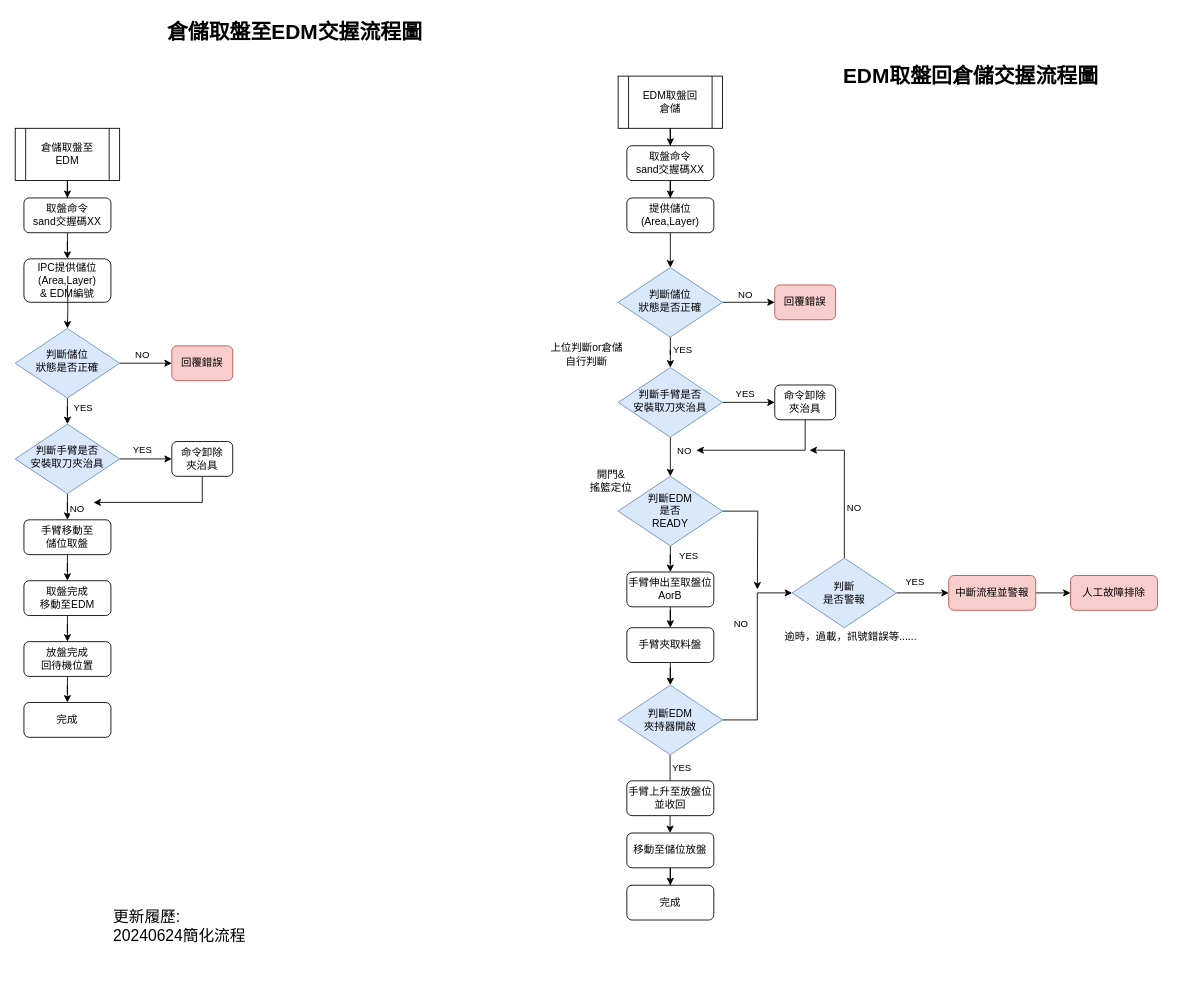
The draw.io diagram page "自動取放盤" (3 of 6) of 上位系統交握流程.drawio in ChiangRyan/process-diagram, before the edit. Source tidied: cells renumbered, new cells numbered last; positions are measured from the earlier drawing's top-left corner, leaving out a move shared by most shapes. Both pictures are drawn from the tidied source at 87%, with x=0, y=0 at pixel (15, 15).
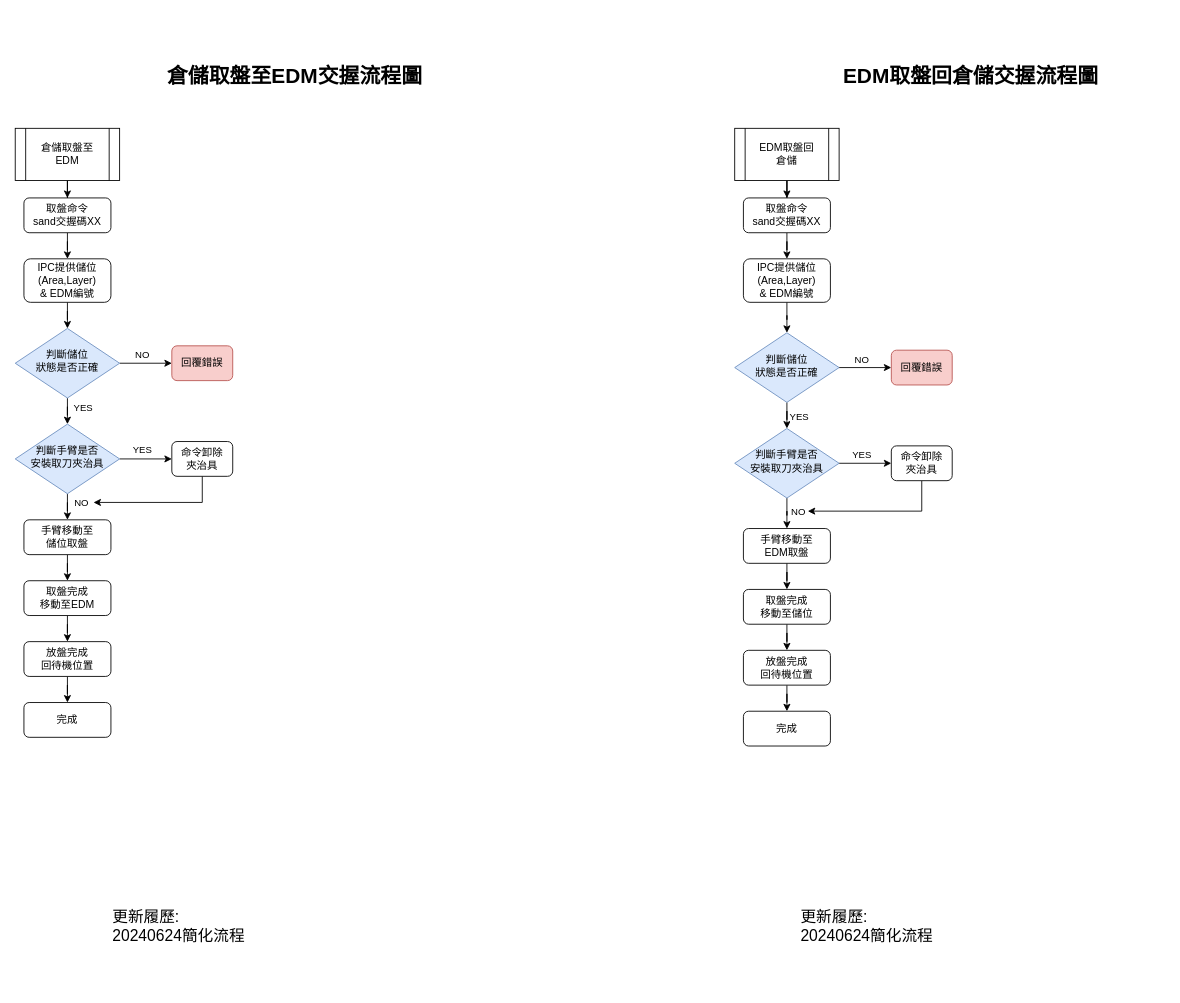
The same page after the edit.

Commit message (it also covers changes not shown here):
更新上位系統交握流程.drawio

The change refers to these unchanged cells:
```xml
<mxCell id="2" value="IPC提供儲位(Area,Layer)&lt;div&gt;&amp;amp; EDM編號&lt;br&gt;&lt;/div&gt;" style="rounded=1;whiteSpace=wrap;html=1;fontSize=12;glass=0;strokeWidth=1;shadow=0;" parent="1" vertex="1">
  <mxGeometry x="10" y="280" width="100" height="50" as="geometry" />
</mxCell>
<mxCell id="10" style="edgeStyle=orthogonalEdgeStyle;rounded=0;jettySize=auto;html=1;entryX=0.5;entryY=0;entryDx=0;entryDy=0;" parent="1" edge="1" source="12" target="8">
  <mxGeometry relative="1" as="geometry" />
</mxCell>
<mxCell id="56" value="判斷儲位&lt;div&gt;狀態是否正確&lt;/div&gt;" style="rhombus;whiteSpace=wrap;html=1;shadow=0;fontFamily=Helvetica;fontSize=12;align=center;strokeWidth=1;spacing=6;spacingTop=-4;fillColor=#dae8fc;strokeColor=#6c8ebf;" parent="1" vertex="1">
  <mxGeometry y="360" width="120" height="80" as="geometry" />
</mxCell>
```

Change to the diagram source:
```diff
@@
+    <mxCell id="76" style="edgeStyle=orthogonalEdgeStyle;rounded=0;jettySize=auto;html=1;entryX=0.5;entryY=0;entryDx=0;entryDy=0;" parent="1" edge="1" source="2" target="56">
+      <mxGeometry relative="1" as="geometry" />
+    </mxCell>
@@
     <mxCell id="11" value="NO" style="edgeLabel;html=1;align=center;verticalAlign=middle;" parent="10" vertex="1">
       <mxGeometry x="-0.47" relative="1" as="geometry">
-        <mxPoint x="10" y="3" as="offset" />
+        <mxPoint x="15" y="-3" as="offset" />
       </mxGeometry>
     </mxCell>
@@
-    <mxCell id="18" style="edgeStyle=orthogonalEdgeStyle;rounded=0;jettySize=auto;html=1;entryX=0.5;entryY=0;entryDx=0;entryDy=0;" parent="1" edge="1" source="19" target="62">
-      <mxGeometry relative="1" as="geometry" />
-    </mxCell>
-    <mxCell id="19" value="提供儲位(Area,Layer)" style="rounded=1;whiteSpace=wrap;html=1;fontSize=12;glass=0;strokeWidth=1;shadow=0;" parent="1" vertex="1">
-      <mxGeometry x="703" y="210" width="100" height="40" as="geometry" />
-    </mxCell>
-    <mxCell id="20" style="edgeStyle=orthogonalEdgeStyle;rounded=0;jettySize=auto;html=1;entryX=0.5;entryY=0;entryDx=0;entryDy=0;" parent="1" edge="1" source="23" target="36">
-      <mxGeometry relative="1" as="geometry" />
-    </mxCell>
-    <mxCell id="21" value="YES" style="edgeLabel;html=1;align=center;verticalAlign=middle;" parent="20" vertex="1">
-      <mxGeometry x="0.21" y="-2" relative="1" as="geometry">
-        <mxPoint x="22" as="offset" />
-      </mxGeometry>
-    </mxCell>
-    <mxCell id="22" style="edgeStyle=orthogonalEdgeStyle;rounded=0;jettySize=auto;html=1;" parent="1" edge="1" source="23">
-      <mxGeometry relative="1" as="geometry">
-        <mxPoint x="853" y="660" as="targetPoint" />
-      </mxGeometry>
-    </mxCell>
-    <mxCell id="23" value="判斷EDM&lt;div&gt;是否&lt;br&gt;READY&lt;/div&gt;" style="rhombus;whiteSpace=wrap;html=1;fillColor=#dae8fc;strokeColor=#6c8ebf;" parent="1" vertex="1">
-      <mxGeometry x="693" y="530" width="120" height="80" as="geometry" />
-    </mxCell>
@@
     <mxCell id="25" value="EDM取盤回&lt;div&gt;倉儲&lt;/div&gt;" style="shape=process;whiteSpace=wrap;html=1;backgroundOutline=1;" parent="1" vertex="1">
-      <mxGeometry x="693" y="70" width="120" height="60" as="geometry" />
+      <mxGeometry x="827" y="130" width="120" height="60" as="geometry" />
     </mxCell>
-    <mxCell id="26" style="edgeStyle=orthogonalEdgeStyle;rounded=0;jettySize=auto;html=1;entryX=0.5;entryY=0;entryDx=0;entryDy=0;" parent="1" edge="1" source="27" target="19">
-      <mxGeometry relative="1" as="geometry" />
-    </mxCell>
+    <mxCell id="77" style="edgeStyle=orthogonalEdgeStyle;rounded=0;jettySize=auto;html=1;entryX=0.5;entryY=0;entryDx=0;entryDy=0;" parent="1" edge="1" source="27" target="82">
+      <mxGeometry relative="1" as="geometry" />
+    </mxCell>
     <mxCell id="27" value="取盤命令&lt;div&gt;sand交握碼XX&lt;/div&gt;" style="rounded=1;whiteSpace=wrap;html=1;fontSize=12;glass=0;strokeWidth=1;shadow=0;" parent="1" vertex="1">
-      <mxGeometry x="703" y="150" width="100" height="40" as="geometry" />
+      <mxGeometry x="837" y="210" width="100" height="40" as="geometry" />
     </mxCell>
@@
-    <mxCell id="29" style="edgeStyle=orthogonalEdgeStyle;rounded=0;jettySize=auto;html=1;entryX=0.5;entryY=0;entryDx=0;entryDy=0;" parent="1" edge="1" source="31" target="23">
-      <mxGeometry relative="1" as="geometry" />
-    </mxCell>
-    <mxCell id="30" value="NO" style="edgeLabel;html=1;align=center;verticalAlign=middle;" parent="29" vertex="1">
-      <mxGeometry x="-0.15" y="2" relative="1" as="geometry">
-        <mxPoint x="13" y="-4" as="offset" />
-      </mxGeometry>
-    </mxCell>
+    <mxCell id="78" style="edgeStyle=orthogonalEdgeStyle;rounded=0;jettySize=auto;html=1;entryX=0.5;entryY=0;entryDx=0;entryDy=0;" parent="1" edge="1" source="31" target="84">
+      <mxGeometry relative="1" as="geometry" />
+    </mxCell>
+    <mxCell id="79" value="NO" style="edgeLabel;html=1;align=center;verticalAlign=middle;" parent="78" vertex="1">
+      <mxGeometry x="0.07" y="-3" relative="1" as="geometry">
+        <mxPoint x="9" y="-1" as="offset" />
+      </mxGeometry>
+    </mxCell>
     <mxCell id="31" value="判斷手臂是否&lt;div&gt;安裝取刀夾治具&lt;/div&gt;" style="rhombus;whiteSpace=wrap;html=1;shadow=0;fontFamily=Helvetica;fontSize=12;align=center;strokeWidth=1;spacing=6;spacingTop=-4;fillColor=#dae8fc;strokeColor=#6c8ebf;" parent="1" vertex="1">
-      <mxGeometry x="693" y="405" width="120" height="80" as="geometry" />
+      <mxGeometry x="827" y="475" width="120" height="80" as="geometry" />
     </mxCell>
-    <mxCell id="32" style="edgeStyle=orthogonalEdgeStyle;rounded=0;jettySize=auto;html=1;exitX=0.5;exitY=1;exitDx=0;exitDy=0;" parent="1" edge="1" source="33">
-      <mxGeometry relative="1" as="geometry">
-        <mxPoint x="783" y="500" as="targetPoint" />
-        <Array as="points">
-          <mxPoint x="908" y="500" />
-          <mxPoint x="783" y="500" />
-        </Array>
-      </mxGeometry>
-    </mxCell>
+    <mxCell id="80" style="edgeStyle=orthogonalEdgeStyle;rounded=0;jettySize=auto;html=1;" parent="1" edge="1" source="33">
+      <mxGeometry relative="1" as="geometry">
+        <mxPoint x="911" y="570" as="targetPoint" />
+        <Array as="points">
+          <mxPoint x="1042" y="570" />
+        </Array>
+      </mxGeometry>
+    </mxCell>
     <mxCell id="33" value="命令卸除&lt;div&gt;夾治具&lt;/div&gt;" style="rounded=1;whiteSpace=wrap;html=1;fontSize=12;glass=0;strokeWidth=1;shadow=0;" parent="1" vertex="1">
-      <mxGeometry x="873" y="425" width="70" height="40" as="geometry" />
+      <mxGeometry x="1007" y="495" width="70" height="40" as="geometry" />
     </mxCell>
-    <mxCell id="34" value="上位判斷or倉儲自行判斷" style="text;html=1;align=center;verticalAlign=middle;whiteSpace=wrap;rounded=0;" parent="1" vertex="1">
-      <mxGeometry x="611" y="375" width="92" height="30" as="geometry" />
-    </mxCell>
-    <mxCell id="35" style="edgeStyle=orthogonalEdgeStyle;rounded=0;jettySize=auto;html=1;entryX=0.5;entryY=0;entryDx=0;entryDy=0;" parent="1" edge="1" source="36" target="69">
-      <mxGeometry relative="1" as="geometry" />
-    </mxCell>
-    <mxCell id="36" value="手臂伸出至取盤位AorB" style="rounded=1;whiteSpace=wrap;html=1;fontSize=12;glass=0;strokeWidth=1;shadow=0;" parent="1" vertex="1">
-      <mxGeometry x="703" y="640" width="100" height="40" as="geometry" />
-    </mxCell>
-    <mxCell id="37" style="edgeStyle=orthogonalEdgeStyle;rounded=0;jettySize=auto;html=1;entryX=0;entryY=0.5;entryDx=0;entryDy=0;" parent="1" edge="1" source="38" target="50">
-      <mxGeometry relative="1" as="geometry" />
-    </mxCell>
-    <mxCell id="38" value="中斷流程並警報" style="rounded=1;whiteSpace=wrap;html=1;fontSize=12;glass=0;strokeWidth=1;shadow=0;fillColor=#f8cecc;strokeColor=#b85450;" parent="1" vertex="1">
-      <mxGeometry x="1073" y="644" width="100" height="40" as="geometry" />
-    </mxCell>
-    <mxCell id="39" value="逾時，過載，訊號錯誤等......" style="text;html=1;align=center;verticalAlign=middle;whiteSpace=wrap;rounded=0;" parent="1" vertex="1">
-      <mxGeometry x="873" y="690" width="175" height="50" as="geometry" />
-    </mxCell>
-    <mxCell id="40" style="edgeStyle=orthogonalEdgeStyle;rounded=0;jettySize=auto;html=1;entryX=0;entryY=0.5;entryDx=0;entryDy=0;" parent="1" edge="1" source="44" target="49">
-      <mxGeometry relative="1" as="geometry" />
-    </mxCell>
-    <mxCell id="41" value="NO" style="edgeLabel;html=1;align=center;verticalAlign=middle;" parent="40" vertex="1">
-      <mxGeometry x="-0.16" y="2" relative="1" as="geometry">
-        <mxPoint x="-18" y="-56" as="offset" />
-      </mxGeometry>
-    </mxCell>
-    <mxCell id="42" style="edgeStyle=orthogonalEdgeStyle;rounded=0;orthogonalLoop=1;jettySize=auto;html=1;entryX=0.5;entryY=0;entryDx=0;entryDy=0;exitX=0.5;exitY=1;exitDx=0;exitDy=0;" parent="1" edge="1">
-      <mxGeometry relative="1" as="geometry">
-        <mxPoint x="752.7" y="850" as="sourcePoint" />
-        <mxPoint x="752.7" y="940" as="targetPoint" />
-      </mxGeometry>
-    </mxCell>
-    <mxCell id="43" value="YES" style="edgeLabel;html=1;align=center;verticalAlign=middle;" parent="42" vertex="1">
-      <mxGeometry x="-0.7" y="-1" relative="1" as="geometry">
-        <mxPoint x="14" as="offset" />
-      </mxGeometry>
-    </mxCell>
-    <mxCell id="44" value="判斷EDM&lt;div&gt;夾持器開啟&lt;/div&gt;" style="rhombus;whiteSpace=wrap;html=1;fillColor=#dae8fc;strokeColor=#6c8ebf;" parent="1" vertex="1">
-      <mxGeometry x="693" y="770" width="120" height="80" as="geometry" />
-    </mxCell>
-    <mxCell id="45" style="edgeStyle=orthogonalEdgeStyle;rounded=0;jettySize=auto;html=1;entryX=0;entryY=0.5;entryDx=0;entryDy=0;" parent="1" edge="1" source="49" target="38">
-      <mxGeometry relative="1" as="geometry" />
-    </mxCell>
-    <mxCell id="46" value="YES" style="edgeLabel;html=1;align=center;verticalAlign=middle;" parent="45" vertex="1">
-      <mxGeometry x="-0.33" y="2" relative="1" as="geometry">
-        <mxPoint y="-12" as="offset" />
-      </mxGeometry>
-    </mxCell>
-    <mxCell id="47" style="edgeStyle=orthogonalEdgeStyle;rounded=0;orthogonalLoop=1;jettySize=auto;html=1;" parent="1" edge="1">
-      <mxGeometry relative="1" as="geometry">
-        <mxPoint x="953" y="624" as="sourcePoint" />
-        <mxPoint x="913" y="500" as="targetPoint" />
-        <Array as="points">
-          <mxPoint x="953" y="500" />
-        </Array>
-      </mxGeometry>
-    </mxCell>
-    <mxCell id="48" value="NO" style="edgeLabel;html=1;align=center;verticalAlign=middle;" parent="47" vertex="1">
-      <mxGeometry x="0.06" y="2" relative="1" as="geometry">
-        <mxPoint x="12" y="28" as="offset" />
-      </mxGeometry>
-    </mxCell>
-    <mxCell id="49" value="判斷&lt;div&gt;是否警報&lt;/div&gt;" style="rhombus;whiteSpace=wrap;html=1;fillColor=#dae8fc;strokeColor=#6c8ebf;" parent="1" vertex="1">
-      <mxGeometry x="893" y="624" width="120" height="80" as="geometry" />
-    </mxCell>
-    <mxCell id="50" value="人工故障排除" style="rounded=1;whiteSpace=wrap;html=1;fontSize=12;glass=0;strokeWidth=1;shadow=0;fillColor=#f8cecc;strokeColor=#b85450;" parent="1" vertex="1">
-      <mxGeometry x="1213" y="644" width="100" height="40" as="geometry" />
-    </mxCell>
-    <mxCell id="51" style="edgeStyle=orthogonalEdgeStyle;rounded=0;jettySize=auto;html=1;entryX=0.5;entryY=0;entryDx=0;entryDy=0;" parent="1" edge="1" target="56">
-      <mxGeometry relative="1" as="geometry">
-        <mxPoint x="60" y="310" as="sourcePoint" />
-      </mxGeometry>
-    </mxCell>
@@
     <mxCell id="62" value="判斷儲位&lt;div&gt;狀態是否正確&lt;/div&gt;" style="rhombus;whiteSpace=wrap;html=1;shadow=0;fontFamily=Helvetica;fontSize=12;align=center;strokeWidth=1;spacing=6;spacingTop=-4;fillColor=#dae8fc;strokeColor=#6c8ebf;" parent="1" vertex="1">
-      <mxGeometry x="693" y="290" width="120" height="80" as="geometry" />
+      <mxGeometry x="827" y="365" width="120" height="80" as="geometry" />
     </mxCell>
     <mxCell id="63" value="回覆錯誤" style="rounded=1;whiteSpace=wrap;html=1;fontSize=12;glass=0;strokeWidth=1;shadow=0;fillColor=#f8cecc;strokeColor=#b85450;" parent="1" vertex="1">
-      <mxGeometry x="873" y="310" width="70" height="40" as="geometry" />
+      <mxGeometry x="1007" y="385" width="70" height="40" as="geometry" />
     </mxCell>
-    <mxCell id="64" value="開門&amp;amp;&lt;div&gt;&lt;span style=&quot;background-color: initial;&quot;&gt;搖籃定位&lt;/span&gt;&lt;/div&gt;" style="text;html=1;align=center;verticalAlign=middle;whiteSpace=wrap;rounded=0;" parent="1" vertex="1">
-      <mxGeometry x="655" y="520" width="60" height="30" as="geometry" />
-    </mxCell>
@@
-    <mxCell id="66" value="移動至儲位放盤" style="rounded=1;whiteSpace=wrap;html=1;fontSize=12;glass=0;strokeWidth=1;shadow=0;" parent="1" vertex="1">
-      <mxGeometry x="703" y="940" width="100" height="40" as="geometry" />
+    <mxCell id="66" value="放盤完成&lt;div&gt;回待機位置&lt;/div&gt;" style="rounded=1;whiteSpace=wrap;html=1;fontSize=12;glass=0;strokeWidth=1;shadow=0;" parent="1" vertex="1">
+      <mxGeometry x="837" y="730" width="100" height="40" as="geometry" />
     </mxCell>
     <mxCell id="67" value="完成" style="rounded=1;whiteSpace=wrap;html=1;fontSize=12;glass=0;strokeWidth=1;shadow=0;" parent="1" vertex="1">
-      <mxGeometry x="703" y="1000" width="100" height="40" as="geometry" />
+      <mxGeometry x="837" y="800" width="100" height="40" as="geometry" />
     </mxCell>
-    <mxCell id="68" style="edgeStyle=orthogonalEdgeStyle;rounded=0;jettySize=auto;html=1;entryX=0.5;entryY=0;entryDx=0;entryDy=0;" parent="1" edge="1" source="69" target="44">
-      <mxGeometry relative="1" as="geometry" />
-    </mxCell>
-    <mxCell id="69" value="手臂夾取料盤" style="rounded=1;whiteSpace=wrap;html=1;fontSize=12;glass=0;strokeWidth=1;shadow=0;" parent="1" vertex="1">
-      <mxGeometry x="703" y="704" width="100" height="40" as="geometry" />
-    </mxCell>
-    <mxCell id="70" value="手臂上升至放盤位並收回" style="rounded=1;whiteSpace=wrap;html=1;fontSize=12;glass=0;strokeWidth=1;shadow=0;" parent="1" vertex="1">
-      <mxGeometry x="703" y="880" width="100" height="40" as="geometry" />
-    </mxCell>
     <mxCell id="71" value="倉儲取盤至EDM交握流程圖" style="text;strokeColor=none;fillColor=none;html=1;fontSize=24;fontStyle=1;verticalAlign=middle;align=center;" parent="1" vertex="1">
-      <mxGeometry x="271" width="100" height="40" as="geometry" />
+      <mxGeometry x="271" y="50" width="100" height="40" as="geometry" />
     </mxCell>
@@
     <mxCell id="73" value="&lt;font style=&quot;font-size: 18px;&quot;&gt;更新履歷:&lt;/font&gt;&lt;div style=&quot;font-size: 18px;&quot;&gt;20240624簡化流程&lt;/div&gt;" style="text;html=1;align=left;verticalAlign=top;whiteSpace=wrap;rounded=0;labelPosition=center;verticalLabelPosition=middle;" parent="1" vertex="1">
-      <mxGeometry x="111" y="1020" width="420" height="99" as="geometry" />
+      <mxGeometry x="110" y="1020" width="420" height="99" as="geometry" />
     </mxCell>
@@
+    <mxCell id="81" style="edgeStyle=orthogonalEdgeStyle;rounded=0;jettySize=auto;html=1;entryX=0.5;entryY=0;entryDx=0;entryDy=0;" parent="1" edge="1" source="82" target="62">
+      <mxGeometry relative="1" as="geometry" />
+    </mxCell>
+    <mxCell id="82" value="IPC提供儲位(Area,Layer)&lt;div&gt;&amp;amp; EDM編號&lt;br&gt;&lt;/div&gt;" style="rounded=1;whiteSpace=wrap;html=1;fontSize=12;glass=0;strokeWidth=1;shadow=0;" parent="1" vertex="1">
+      <mxGeometry x="837" y="280" width="100" height="50" as="geometry" />
+    </mxCell>
+    <mxCell id="83" style="edgeStyle=orthogonalEdgeStyle;rounded=0;jettySize=auto;html=1;entryX=0.5;entryY=0;entryDx=0;entryDy=0;" parent="1" edge="1" source="84" target="86">
+      <mxGeometry relative="1" as="geometry" />
+    </mxCell>
+    <mxCell id="84" value="手臂移動至&lt;div&gt;EDM取盤&lt;/div&gt;" style="rounded=1;whiteSpace=wrap;html=1;fontSize=12;glass=0;strokeWidth=1;shadow=0;" parent="1" vertex="1">
+      <mxGeometry x="837" y="590" width="100" height="40" as="geometry" />
+    </mxCell>
+    <mxCell id="85" style="edgeStyle=orthogonalEdgeStyle;rounded=0;jettySize=auto;html=1;entryX=0.5;entryY=0;entryDx=0;entryDy=0;" parent="1" edge="1" source="86" target="66">
+      <mxGeometry relative="1" as="geometry" />
+    </mxCell>
+    <mxCell id="86" value="取盤完成&lt;div&gt;移動至儲位&lt;/div&gt;" style="rounded=1;whiteSpace=wrap;html=1;fontSize=12;glass=0;strokeWidth=1;shadow=0;" parent="1" vertex="1">
+      <mxGeometry x="837" y="660" width="100" height="40" as="geometry" />
+    </mxCell>
+    <mxCell id="87" value="&lt;font style=&quot;font-size: 18px;&quot;&gt;更新履歷:&lt;/font&gt;&lt;div style=&quot;font-size: 18px;&quot;&gt;20240624簡化流程&lt;/div&gt;" style="text;html=1;align=left;verticalAlign=top;whiteSpace=wrap;rounded=0;labelPosition=center;verticalLabelPosition=middle;" parent="1" vertex="1">
+      <mxGeometry x="901" y="1020" width="420" height="99" as="geometry" />
+    </mxCell>
```
